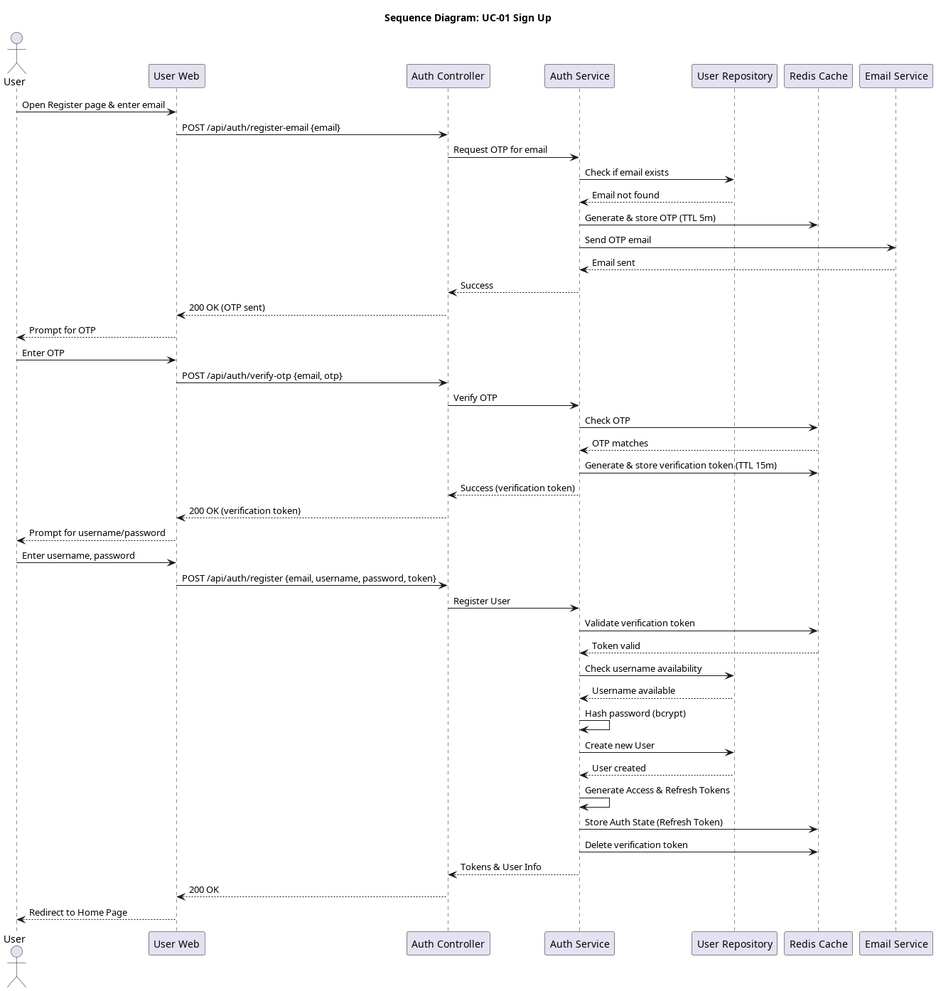
Before: docs/srs_add/SAD/diagrams/seq_01_sign_up.png, a diagram exported from PlantUML (giakiet05/lkforum-new).
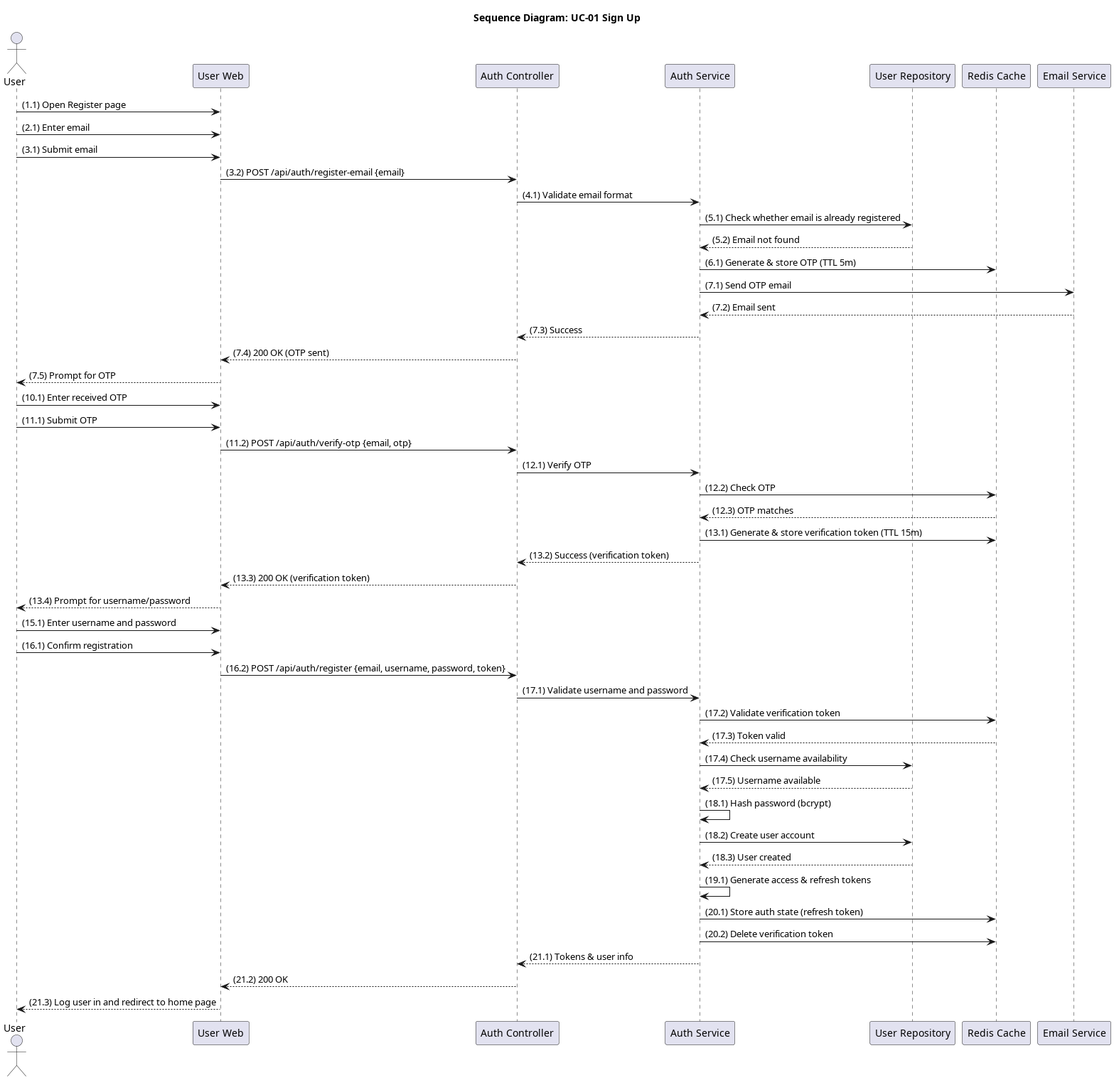
Later version of the same file.

What changed in the source:
```diff
@@ -9,42 +9,46 @@
 participant "Redis Cache" as Redis
 participant "Email Service" as Email
 
-User -> Frontend: Open Register page & enter email
-Frontend -> Controller: POST /api/auth/register-email {email}
-Controller -> Service: Request OTP for email
-Service -> Repo: Check if email exists
-Repo --> Service: Email not found
-Service -> Redis: Generate & store OTP (TTL 5m)
-Service -> Email: Send OTP email
-Email --> Service: Email sent
-Service --> Controller: Success
-Controller --> Frontend: 200 OK (OTP sent)
-Frontend --> User: Prompt for OTP
+User -> Frontend: (1.1) Open Register page
+User -> Frontend: (2.1) Enter email
+User -> Frontend: (3.1) Submit email
+Frontend -> Controller: (3.2) POST /api/auth/register-email {email}
+Controller -> Service: (4.1) Validate email format
+Service -> Repo: (5.1) Check whether email is already registered
+Repo --> Service: (5.2) Email not found
+Service -> Redis: (6.1) Generate & store OTP (TTL 5m)
+Service -> Email: (7.1) Send OTP email
+Email --> Service: (7.2) Email sent
+Service --> Controller: (7.3) Success
+Controller --> Frontend: (7.4) 200 OK (OTP sent)
+Frontend --> User: (7.5) Prompt for OTP
 
-User -> Frontend: Enter OTP
-Frontend -> Controller: POST /api/auth/verify-otp {email, otp}
-Controller -> Service: Verify OTP
-Service -> Redis: Check OTP
-Redis --> Service: OTP matches
-Service -> Redis: Generate & store verification token (TTL 15m)
-Service --> Controller: Success (verification token)
-Controller --> Frontend: 200 OK (verification token)
-Frontend --> User: Prompt for username/password
+User -> Frontend: (10.1) Enter received OTP
+User -> Frontend: (11.1) Submit OTP
+Frontend -> Controller: (11.2) POST /api/auth/verify-otp {email, otp}
+Controller -> Service: (12.1) Verify OTP
+Service -> Redis: (12.2) Check OTP
+Redis --> Service: (12.3) OTP matches
+Service -> Redis: (13.1) Generate & store verification token (TTL 15m)
+Service --> Controller: (13.2) Success (verification token)
+Controller --> Frontend: (13.3) 200 OK (verification token)
+Frontend --> User: (13.4) Prompt for username/password
 
-User -> Frontend: Enter username, password
-Frontend -> Controller: POST /api/auth/register {email, username, password, token}
-Controller -> Service: Register User
-Service -> Redis: Validate verification token
-Redis --> Service: Token valid
-Service -> Repo: Check username availability
-Repo --> Service: Username available
-Service -> Service: Hash password (bcrypt)
-Service -> Repo: Create new User
-Repo --> Service: User created
-Service -> Service: Generate Access & Refresh Tokens
-Service -> Redis: Store Auth State (Refresh Token)
-Service -> Redis: Delete verification token
-Service --> Controller: Tokens & User Info
-Controller --> Frontend: 200 OK
-Frontend --> User: Redirect to Home Page
+User -> Frontend: (15.1) Enter username and password
+User -> Frontend: (16.1) Confirm registration
+Frontend -> Controller: (16.2) POST /api/auth/register {email, username, password, token}
+Controller -> Service: (17.1) Validate username and password
+Service -> Redis: (17.2) Validate verification token
+Redis --> Service: (17.3) Token valid
+Service -> Repo: (17.4) Check username availability
+Repo --> Service: (17.5) Username available
+Service -> Service: (18.1) Hash password (bcrypt)
+Service -> Repo: (18.2) Create user account
+Repo --> Service: (18.3) User created
+Service -> Service: (19.1) Generate access & refresh tokens
+Service -> Redis: (20.1) Store auth state (refresh token)
+Service -> Redis: (20.2) Delete verification token
+Service --> Controller: (21.1) Tokens & user info
+Controller --> Frontend: (21.2) 200 OK
+Frontend --> User: (21.3) Log user in and redirect to home page
 @enduml
```
